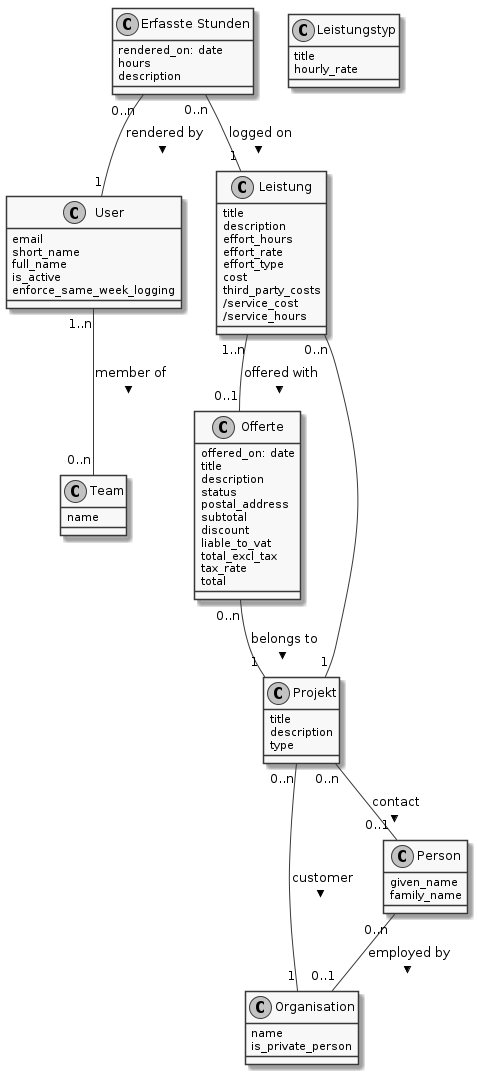
The PlantUML diagram wb-custom.uml.png in matthiask/workbench-uml, before a commit.
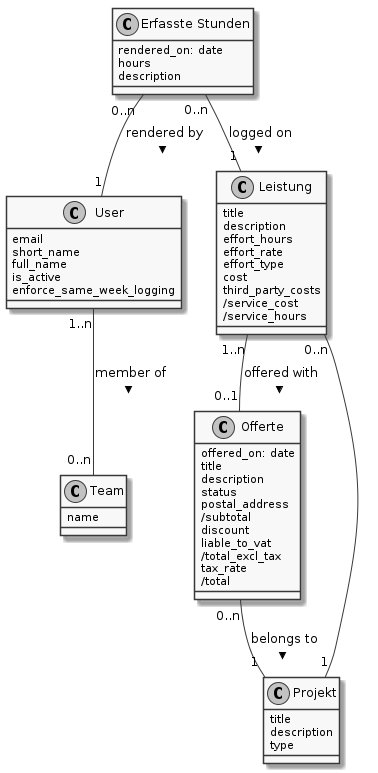
Above is the later version.

Change to the diagram source:
```diff
@@ -15,16 +15,6 @@
   enforce_same_week_logging
 }
 
-class "Organisation" {
-  name
-  is_private_person
-}
-
-class "Person" {
-  given_name
-  family_name
-}
-
 class "Erfasste Stunden" {
   rendered_on: date
   hours
@@ -37,12 +27,12 @@
   description
   status
   postal_address
-  subtotal
+  /subtotal
   discount
   liable_to_vat
-  total_excl_tax
+  /total_excl_tax
   tax_rate
-  total
+  /total
 }
 
 class "Projekt" {
@@ -63,14 +53,7 @@
   /service_hours
 }
 
-class "Leistungstyp" {
-  title
-  hourly_rate
-}
-
  User "1..n" -- "0..n" Team : member of >
-
- Person "0..n" -- "0..1" Organisation : employed by >
 
  "Erfasste Stunden" "0..n" -- "1" User : rendered by >
 
@@ -78,10 +61,6 @@
 
  Offerte "0..n" -- "1" Projekt : belongs to >
 
- Projekt "0..n" -- "0..1" Person : contact >
-
- Projekt "0..n" -- "1" Organisation : customer >
-
  Leistung "1..n" -- "0..1" Offerte : offered with >
 
  Leistung "0..n" -- "1" Projekt
```
